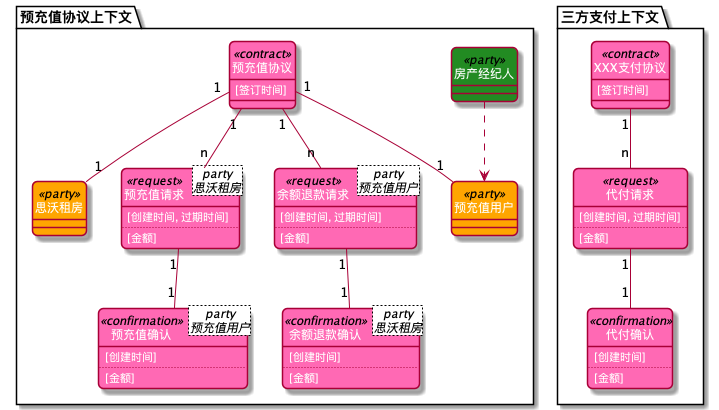
Above: 8x-flow2.png in behring/8x-flow-diagram (PlantUML), before the change.
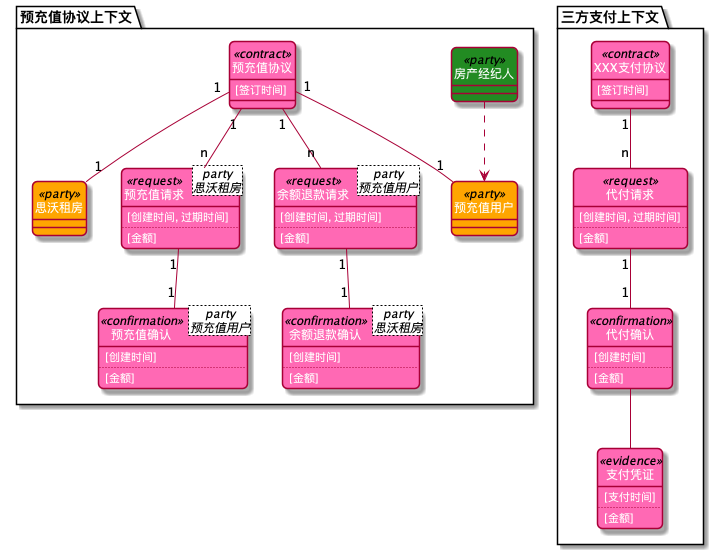
Above is the later version.

Diff of the diagram source:
```diff
@@ -41,6 +41,7 @@
     ..
     [金额]
 }
+
 预充值协议 "1"--"n" 余额退款请求
 
 class 余额退款请求<party\n预充值用户><<request>> {
@@ -55,10 +56,12 @@
     ..
     [金额]
 }
+
             package <color:black>三方支付上下文</color> {
                 class XXX支付协议
 class 代付请求
 class 代付确认
+class 支付凭证
 
             }
 
@@ -81,4 +84,12 @@
     ..
     [金额]
 }
+
+class 支付凭证<<evidence>> {
+    [支付时间]
+    ..
+    [金额]
+}
+代付确认 -- 支付凭证
+
 @enduml
```
